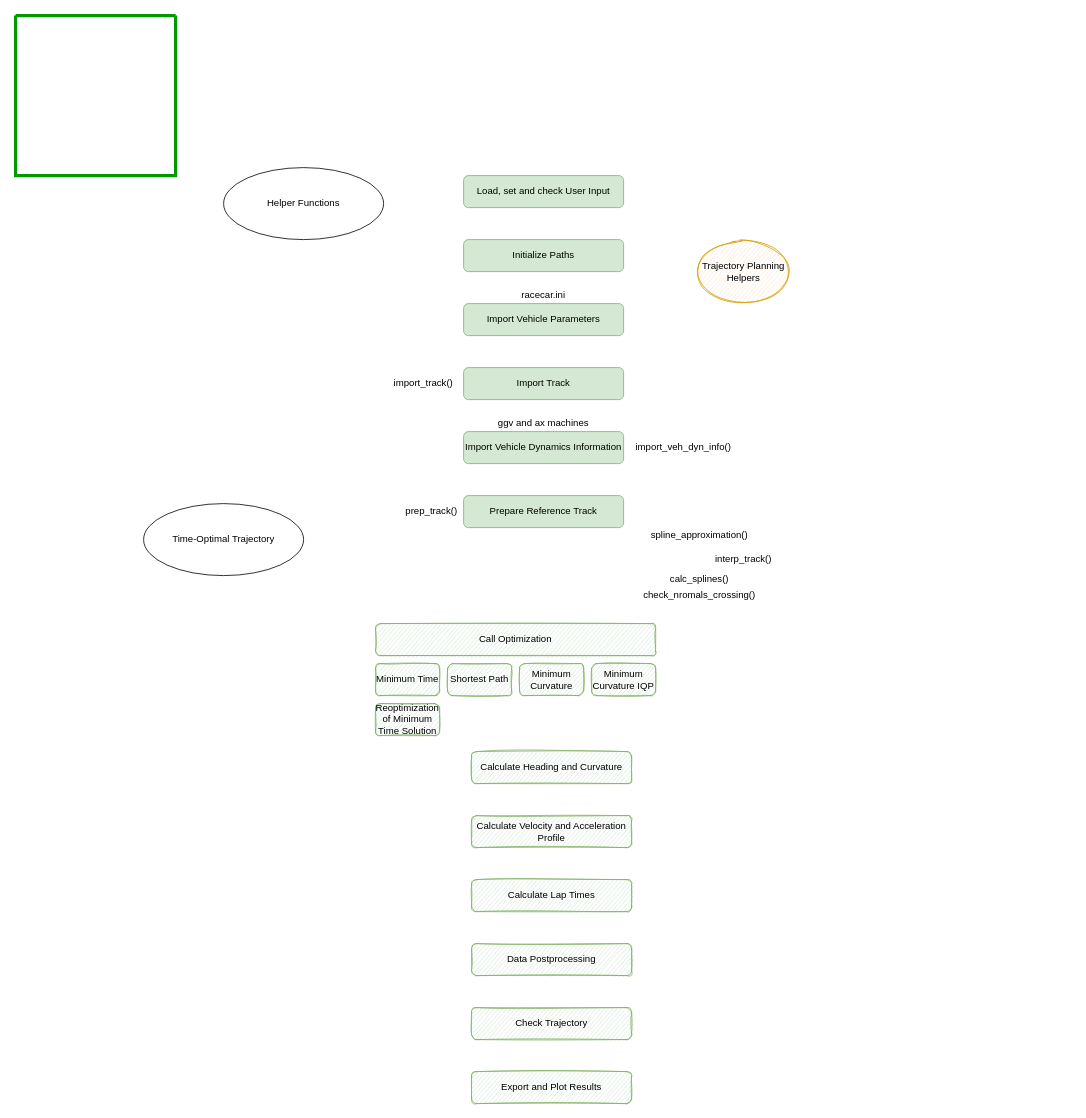
Above: ressources/figures/Algorithm_Optimization_main_globaltraj.drawio in Beomar97/path-planning-docs (draw.io), before the change. Source tidied: cells renumbered, new cells numbered last; positions are measured from the earlier drawing's top-left corner, leaving out a move shared by most shapes. Both pictures are drawn from the tidied source at 80%, with x=0, y=0 at pixel (15, 15).
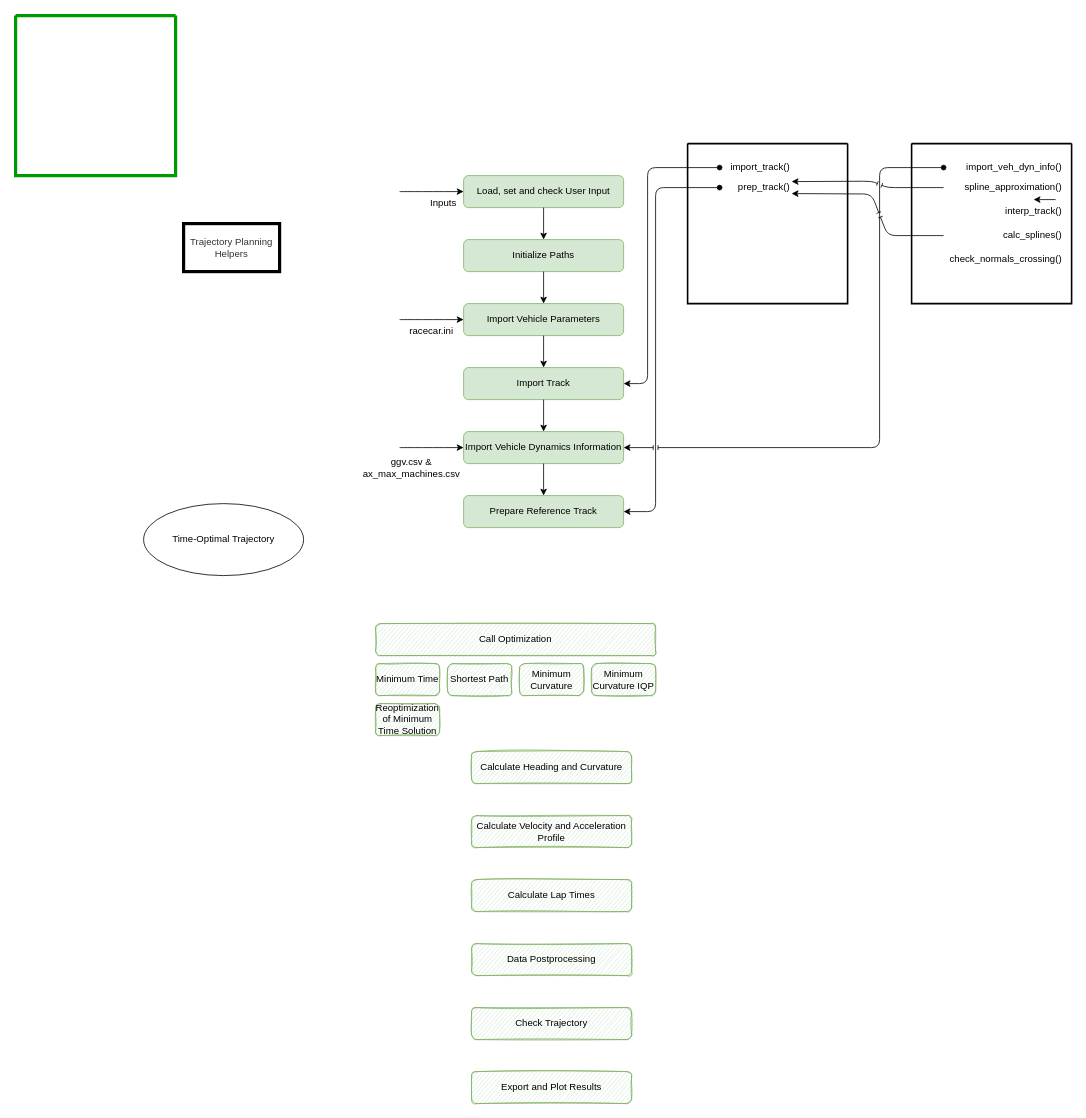
The same diagram, later.

Commit message (it also covers changes not shown here):
docs: :arrow_up: refinement on optimization algorithm

The change refers to these unchanged cells:
```xml
<mxCell id="2" value="Load, set and check User Input" style="rounded=1;whiteSpace=wrap;html=1;fillColor=#d5e8d4;strokeColor=#82b366;sketch=0;" parent="1" vertex="1">
  <mxGeometry x="560" y="200" width="200" height="40" as="geometry" />
</mxCell>
<mxCell id="3" value="Initialize Paths" style="rounded=1;whiteSpace=wrap;html=1;fillColor=#d5e8d4;strokeColor=#82b366;sketch=0;" parent="1" vertex="1">
  <mxGeometry x="560" y="280" width="200" height="40" as="geometry" />
</mxCell>
<mxCell id="4" value="Import Vehicle Dynamics Information" style="rounded=1;whiteSpace=wrap;html=1;fillColor=#d5e8d4;strokeColor=#82b366;sketch=0;" parent="1" vertex="1">
  <mxGeometry x="560" y="520" width="200" height="40" as="geometry" />
</mxCell>
<mxCell id="9" value="Prepare Reference Track" style="rounded=1;whiteSpace=wrap;html=1;fillColor=#d5e8d4;strokeColor=#82b366;sketch=0;" parent="1" vertex="1">
  <mxGeometry x="560" y="600" width="200" height="40" as="geometry" />
</mxCell>
<mxCell id="25" value="Import Vehicle Parameters" style="rounded=1;whiteSpace=wrap;html=1;fillColor=#d5e8d4;strokeColor=#82b366;sketch=0;" parent="1" vertex="1">
  <mxGeometry x="560" y="360" width="200" height="40" as="geometry" />
</mxCell>
<mxCell id="27" value="Import Track" style="rounded=1;whiteSpace=wrap;html=1;fillColor=#d5e8d4;strokeColor=#82b366;sketch=0;" parent="1" vertex="1">
  <mxGeometry x="560" y="440" width="200" height="40" as="geometry" />
</mxCell>
```

Change to the diagram source:
```diff
@@
-    <mxCell id="5" value="Trajectory Planning Helpers" style="ellipse;whiteSpace=wrap;html=1;sketch=1;fillColor=#ffe6cc;strokeColor=#d79b00;" parent="1" vertex="1">
-      <mxGeometry x="850" y="280" width="120" height="80" as="geometry" />
-    </mxCell>
-    <mxCell id="6" value="Helper Functions" style="ellipse;whiteSpace=wrap;html=1;sketch=0;" parent="1" vertex="1">
-      <mxGeometry x="260" y="190" width="200" height="90" as="geometry" />
-    </mxCell>
-    <mxCell id="7" value="import_track()" style="text;html=1;strokeColor=none;fillColor=none;align=center;verticalAlign=middle;whiteSpace=wrap;rounded=0;sketch=0;fillStyle=solid;fontFamily=Helvetica;" parent="1" vertex="1">
-      <mxGeometry x="470" y="445" width="80" height="30" as="geometry" />
-    </mxCell>
-    <mxCell id="8" value="import_veh_dyn_info()" style="text;html=1;strokeColor=none;fillColor=none;align=center;verticalAlign=middle;whiteSpace=wrap;rounded=0;sketch=0;fillStyle=solid;fontFamily=Helvetica;" parent="1" vertex="1">
-      <mxGeometry x="770" y="525" width="130" height="30" as="geometry" />
-    </mxCell>
@@
-    <mxCell id="10" value="prep_track()" style="text;html=1;strokeColor=none;fillColor=none;align=center;verticalAlign=middle;whiteSpace=wrap;rounded=0;sketch=0;fillStyle=solid;fontFamily=Helvetica;" parent="1" vertex="1">
-      <mxGeometry x="490" y="605" width="60" height="30" as="geometry" />
-    </mxCell>
@@
     <mxCell id="26" value="racecar.ini" style="text;html=1;strokeColor=none;fillColor=none;align=center;verticalAlign=middle;whiteSpace=wrap;rounded=0;sketch=0;fillStyle=solid;fontFamily=Helvetica;" parent="1" vertex="1">
-      <mxGeometry x="620" y="335" width="80" height="30" as="geometry" />
+      <mxGeometry x="480" y="380" width="80" height="30" as="geometry" />
     </mxCell>
@@
-    <mxCell id="28" value="ggv and ax machines" style="text;html=1;strokeColor=none;fillColor=none;align=center;verticalAlign=middle;whiteSpace=wrap;rounded=0;sketch=0;fillStyle=solid;fontFamily=Helvetica;" parent="1" vertex="1">
-      <mxGeometry x="595" y="495" width="130" height="30" as="geometry" />
+    <mxCell id="28" value="ggv.csv &amp;amp; ax_max_machines.csv" style="text;html=1;strokeColor=none;fillColor=none;align=center;verticalAlign=middle;whiteSpace=wrap;rounded=0;sketch=0;fillStyle=solid;fontFamily=Helvetica;" parent="1" vertex="1">
+      <mxGeometry x="430" y="550" width="130" height="30" as="geometry" />
     </mxCell>
+    <mxCell id="5" value="Trajectory Planning Helpers" style="rounded=0;whiteSpace=wrap;html=1;sketch=0;fillColor=none;strokeColor=#000000;strokeWidth=4;fontColor=#333333;" parent="1" vertex="1">
+      <mxGeometry x="210" y="260" width="120" height="60" as="geometry" />
+    </mxCell>
+    <mxCell id="33" style="endArrow=classic;html=1;rounded=0;strokeColor=#000000;strokeWidth=1;entryX=0.5;entryY=0;entryDx=0;entryDy=0;exitX=0.5;exitY=1;exitDx=0;exitDy=0;" parent="1" edge="1" source="2" target="3">
+      <mxGeometry relative="1" as="geometry" />
+    </mxCell>
+    <mxCell id="34" style="endArrow=classic;html=1;rounded=0;strokeColor=#000000;strokeWidth=1;entryX=0.5;entryY=0;entryDx=0;entryDy=0;exitX=0.5;exitY=1;exitDx=0;exitDy=0;" parent="1" edge="1" source="3" target="25">
+      <mxGeometry relative="1" as="geometry" />
+    </mxCell>
+    <mxCell id="35" style="endArrow=classic;html=1;rounded=0;strokeColor=#000000;strokeWidth=1;entryX=0.5;entryY=0;entryDx=0;entryDy=0;exitX=0.5;exitY=1;exitDx=0;exitDy=0;" parent="1" edge="1" source="25" target="27">
+      <mxGeometry relative="1" as="geometry" />
+    </mxCell>
+    <mxCell id="36" style="endArrow=classic;html=1;rounded=0;strokeColor=#000000;strokeWidth=1;entryX=0.5;entryY=0;entryDx=0;entryDy=0;exitX=0.5;exitY=1;exitDx=0;exitDy=0;" parent="1" edge="1" source="27" target="4">
+      <mxGeometry relative="1" as="geometry" />
+    </mxCell>
+    <mxCell id="37" style="endArrow=classic;html=1;rounded=0;strokeColor=#000000;strokeWidth=1;entryX=0.5;entryY=0;entryDx=0;entryDy=0;exitX=0.5;exitY=1;exitDx=0;exitDy=0;" parent="1" edge="1" source="4" target="9">
+      <mxGeometry relative="1" as="geometry" />
+    </mxCell>
+    <mxCell id="38" style="endArrow=classic;html=1;strokeColor=#000000;strokeWidth=1;curved=1;entryX=0;entryY=0.5;entryDx=0;entryDy=0;" parent="1" edge="1" target="2">
+      <mxGeometry relative="1" as="geometry">
+        <mxPoint x="480" y="220" as="sourcePoint" />
+      </mxGeometry>
+    </mxCell>
+    <mxCell id="39" value="Inputs" style="text;html=1;strokeColor=none;fillColor=none;align=center;verticalAlign=middle;whiteSpace=wrap;rounded=0;sketch=0;" parent="1" vertex="1">
+      <mxGeometry x="510" y="220" width="50" height="30" as="geometry" />
+    </mxCell>
+    <mxCell id="40" style="endArrow=classic;html=1;strokeColor=#000000;strokeWidth=1;curved=1;entryX=1;entryY=0;entryDx=0;entryDy=0;exitX=0;exitY=0;exitDx=0;exitDy=0;" parent="1" edge="1" source="26" target="26">
+      <mxGeometry relative="1" as="geometry" />
+    </mxCell>
+    <mxCell id="41" style="swimlane;startSize=0;strokeColor=#000000;strokeWidth=2;" parent="1" vertex="1">
+      <mxGeometry x="840" y="160" width="200" height="200" as="geometry" />
+    </mxCell>
+    <mxCell id="7" value="import_track()" style="text;html=1;strokeColor=none;fillColor=none;align=right;verticalAlign=middle;whiteSpace=wrap;rounded=0;sketch=0;fillStyle=solid;fontFamily=Helvetica;" parent="41" vertex="1">
+      <mxGeometry x="40" y="20" width="90" height="20" as="geometry" />
+    </mxCell>
+    <mxCell id="10" value="prep_track()" style="text;html=1;strokeColor=none;fillColor=none;align=right;verticalAlign=middle;whiteSpace=wrap;rounded=0;sketch=0;fillStyle=solid;fontFamily=Helvetica;" parent="41" vertex="1">
+      <mxGeometry x="40" y="40" width="90" height="30" as="geometry" />
+    </mxCell>
+    <mxCell id="42" style="endArrow=classic;html=1;strokeColor=#000000;strokeWidth=1;entryX=1;entryY=0.5;entryDx=0;entryDy=0;exitX=0;exitY=0.5;exitDx=0;exitDy=0;startArrow=oval;startFill=1;rounded=1;" parent="1" edge="1" source="7" target="27">
+      <mxGeometry relative="1" as="geometry">
+        <Array as="points">
+          <mxPoint x="790" y="190" />
+          <mxPoint x="790" y="460" />
+        </Array>
+      </mxGeometry>
+    </mxCell>
+    <mxCell id="43" style="endArrow=classic;html=1;strokeColor=#000000;strokeWidth=1;curved=1;entryX=1;entryY=0;entryDx=0;entryDy=0;exitX=0;exitY=0;exitDx=0;exitDy=0;" parent="1" edge="1">
+      <mxGeometry relative="1" as="geometry">
+        <mxPoint x="480" y="540" as="sourcePoint" />
+        <mxPoint x="560" y="540" as="targetPoint" />
+      </mxGeometry>
+    </mxCell>
+    <mxCell id="44" style="swimlane;startSize=0;strokeColor=#000000;strokeWidth=2;" parent="1" vertex="1">
+      <mxGeometry x="1120" y="160" width="200" height="200" as="geometry" />
+    </mxCell>
+    <mxCell id="8" value="&lt;span style=&quot;text-align: center;&quot;&gt;import_veh_dyn_info()&lt;/span&gt;" style="text;html=1;strokeColor=none;fillColor=none;align=right;verticalAlign=middle;whiteSpace=wrap;rounded=0;sketch=0;fillStyle=solid;fontFamily=Helvetica;" parent="44" vertex="1">
+      <mxGeometry x="40" y="20" width="150" height="20" as="geometry" />
+    </mxCell>
-    <mxCell id="29" value="spline_approximation()" style="text;html=1;strokeColor=none;fillColor=none;align=center;verticalAlign=middle;whiteSpace=wrap;rounded=0;sketch=0;fillStyle=solid;fontFamily=Helvetica;" parent="1" vertex="1">
-      <mxGeometry x="790" y="635" width="130" height="30" as="geometry" />
+    <mxCell id="29" value="spline_approximation()" style="text;html=1;strokeColor=none;fillColor=none;align=right;verticalAlign=middle;whiteSpace=wrap;rounded=0;sketch=0;fillStyle=solid;fontFamily=Helvetica;" parent="44" vertex="1">
+      <mxGeometry x="40" y="40" width="150" height="30" as="geometry" />
     </mxCell>
-    <mxCell id="30" value="interp_track()" style="text;html=1;strokeColor=none;fillColor=none;align=center;verticalAlign=middle;whiteSpace=wrap;rounded=0;sketch=0;fillStyle=solid;fontFamily=Helvetica;" parent="1" vertex="1">
-      <mxGeometry x="845" y="665" width="130" height="30" as="geometry" />
+    <mxCell id="30" value="interp_track()" style="text;html=1;strokeColor=none;fillColor=none;align=right;verticalAlign=middle;whiteSpace=wrap;rounded=0;sketch=0;fillStyle=solid;fontFamily=Helvetica;" parent="44" vertex="1">
+      <mxGeometry x="40" y="70" width="150" height="30" as="geometry" />
     </mxCell>
-    <mxCell id="31" value="calc_splines()" style="text;html=1;strokeColor=none;fillColor=none;align=center;verticalAlign=middle;whiteSpace=wrap;rounded=0;sketch=0;fillStyle=solid;fontFamily=Helvetica;" parent="1" vertex="1">
-      <mxGeometry x="790" y="690" width="130" height="30" as="geometry" />
+    <mxCell id="31" value="calc_splines()" style="text;html=1;strokeColor=none;fillColor=none;align=right;verticalAlign=middle;whiteSpace=wrap;rounded=0;sketch=0;fillStyle=solid;fontFamily=Helvetica;" parent="44" vertex="1">
+      <mxGeometry x="40" y="100" width="150" height="30" as="geometry" />
     </mxCell>
-    <mxCell id="32" value="check_nromals_crossing()" style="text;html=1;strokeColor=none;fillColor=none;align=center;verticalAlign=middle;whiteSpace=wrap;rounded=0;sketch=0;fillStyle=solid;fontFamily=Helvetica;" parent="1" vertex="1">
-      <mxGeometry x="790" y="710" width="130" height="30" as="geometry" />
+    <mxCell id="32" value="check_normals_crossing()" style="text;html=1;strokeColor=none;fillColor=none;align=right;verticalAlign=middle;whiteSpace=wrap;rounded=0;sketch=0;fillStyle=solid;fontFamily=Helvetica;" parent="44" vertex="1">
+      <mxGeometry x="40" y="130" width="150" height="30" as="geometry" />
     </mxCell>
+    <mxCell id="45" style="endArrow=classic;html=1;strokeColor=#000000;strokeWidth=1;entryX=1;entryY=0.5;entryDx=0;entryDy=0;exitX=0;exitY=0.5;exitDx=0;exitDy=0;rounded=1;startArrow=oval;startFill=1;" parent="1" edge="1" source="10" target="9">
+      <mxGeometry relative="1" as="geometry">
+        <Array as="points">
+          <mxPoint x="800" y="215" />
+          <mxPoint x="800" y="620" />
+        </Array>
+      </mxGeometry>
+    </mxCell>
+    <mxCell id="46" style="endArrow=classic;html=1;strokeColor=#000000;strokeWidth=1;exitX=0;exitY=0.5;exitDx=0;exitDy=0;align=right;startArrow=oval;startFill=1;rounded=1;jumpStyle=line;jumpSize=6;entryX=1;entryY=0.5;entryDx=0;entryDy=0;" parent="1" edge="1" source="8" target="4">
+      <mxGeometry relative="1" as="geometry">
+        <Array as="points">
+          <mxPoint x="1080" y="190" />
+          <mxPoint x="1080" y="540" />
+        </Array>
+      </mxGeometry>
+    </mxCell>
+    <mxCell id="47" style="endArrow=classic;html=1;rounded=1;strokeColor=#000000;strokeWidth=1;jumpStyle=line;jumpSize=6;entryX=1;entryY=0.25;entryDx=0;entryDy=0;exitX=0;exitY=0.5;exitDx=0;exitDy=0;" parent="1" edge="1" source="29" target="10">
+      <mxGeometry relative="1" as="geometry">
+        <Array as="points">
+          <mxPoint x="1090" y="215" />
+          <mxPoint x="1070" y="207" />
+        </Array>
+      </mxGeometry>
+    </mxCell>
+    <mxCell id="48" style="endArrow=classic;html=1;rounded=1;strokeColor=#000000;strokeWidth=1;jumpStyle=line;jumpSize=6;entryX=1;entryY=0.75;entryDx=0;entryDy=0;exitX=0;exitY=0.5;exitDx=0;exitDy=0;" parent="1" edge="1" source="31" target="10">
+      <mxGeometry relative="1" as="geometry">
+        <Array as="points">
+          <mxPoint x="1090" y="275" />
+          <mxPoint x="1070" y="223" />
+        </Array>
+      </mxGeometry>
+    </mxCell>
+    <mxCell id="49" style="endArrow=classic;html=1;rounded=1;strokeColor=#000000;strokeWidth=1;jumpStyle=line;jumpSize=6;entryX=0.75;entryY=0;entryDx=0;entryDy=0;" parent="1" edge="1" target="30">
+      <mxGeometry relative="1" as="geometry">
+        <mxPoint x="1300" y="230" as="sourcePoint" />
+      </mxGeometry>
+    </mxCell>
```
